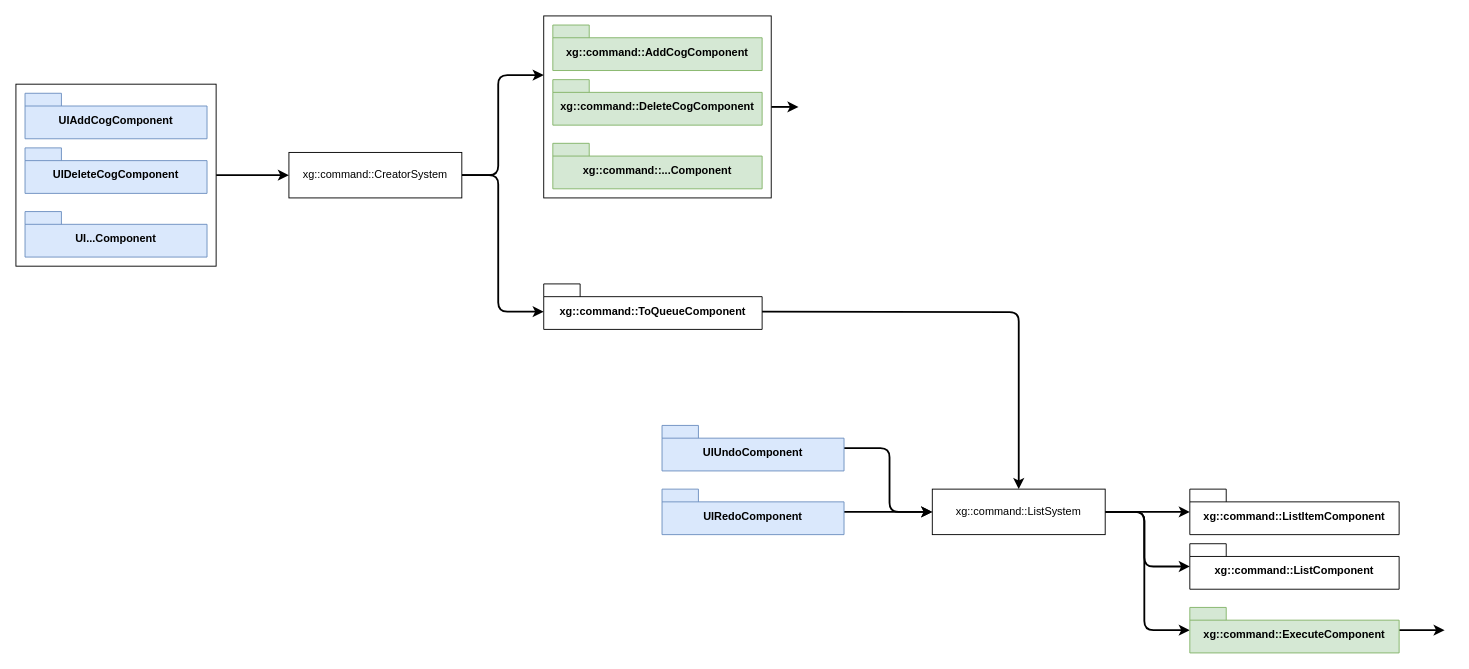
This is design/command-undo.drawio from djfooks-kl/breadboard, a draw.io file, before an edit. Source tidied: cells renumbered, new cells numbered last; positions are measured from the earlier drawing's top-left corner, leaving out a move shared by most shapes. Both pictures are drawn from the tidied source at 91%, with x=0, y=0 at pixel (15, 15).
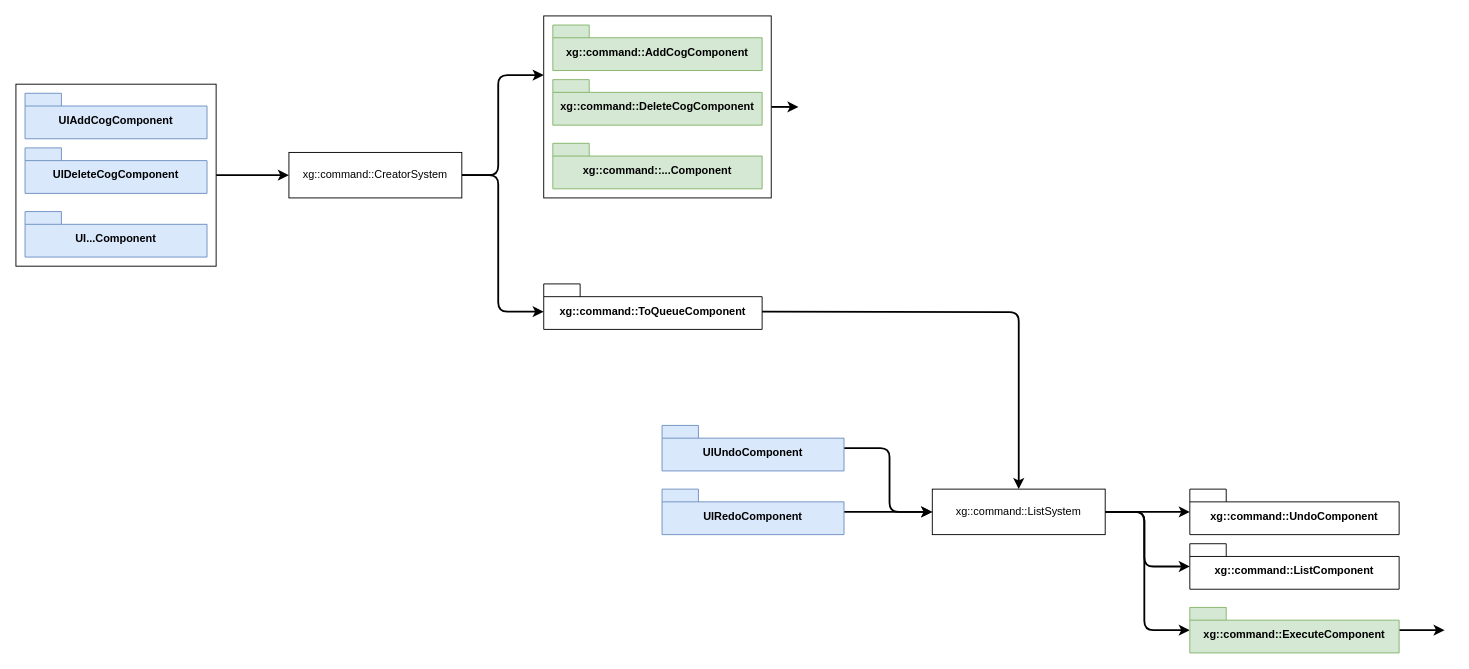
Above is the later version.

Commit message (it also covers changes not shown here):
Added tested command list system for undo/redo of commands

Diff of the diagram source:
```diff
@@
-    <mxCell id="19" value="xg::command::ListItemComponent" style="shape=folder;fontStyle=1;spacingTop=10;tabWidth=40;tabHeight=14;tabPosition=left;html=1;whiteSpace=wrap;" parent="1" vertex="1">
+    <mxCell id="19" value="xg::command::UndoComponent" style="shape=folder;fontStyle=1;spacingTop=10;tabWidth=40;tabHeight=14;tabPosition=left;html=1;whiteSpace=wrap;" parent="1" vertex="1">
       <mxGeometry x="1290" y="520" width="230" height="50" as="geometry" />
     </mxCell>
```
